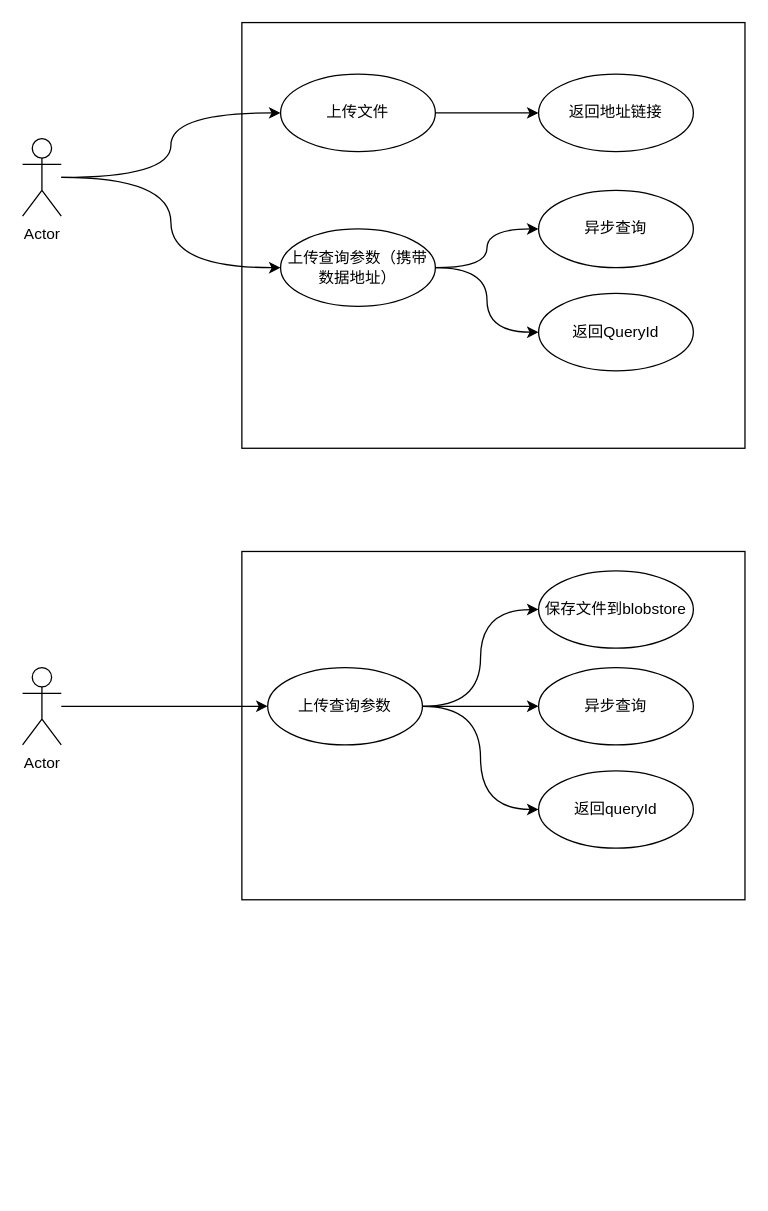
FlyThroughAir/DrawHere keeps this draw.io diagram as 多维分析网络交互.drawio. Above is the earlier version. Source tidied: cells renumbered, new cells numbered last; positions are measured from the earlier drawing's top-left corner, leaving out a move shared by most shapes. Both pictures are drawn from the tidied source at 129%, with x=0, y=0 at pixel (22, 22).
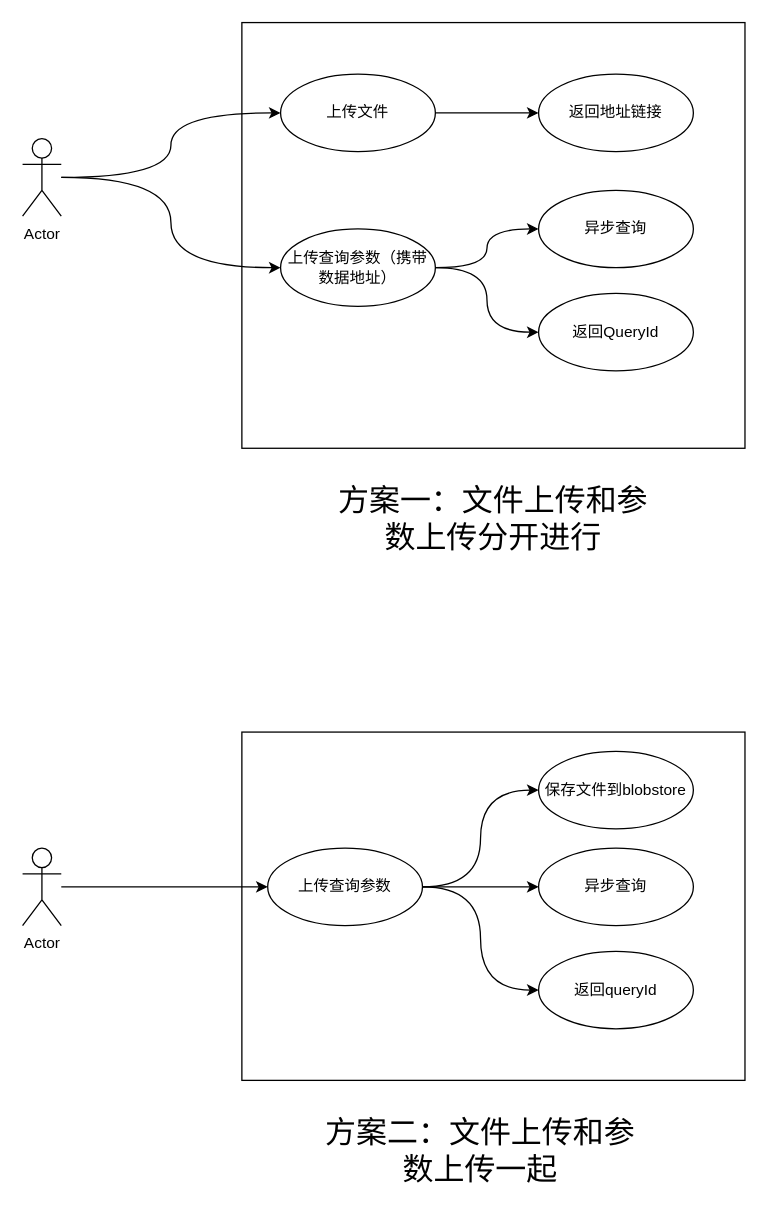
Above is the later version.

Commit message (it also covers changes not shown here):
更新多维分析网络交互.drawio

What changed in the source:
```diff
@@
     <mxCell id="12" value="Actor" style="shape=umlActor;verticalLabelPosition=bottom;verticalAlign=top;html=1;outlineConnect=0;" parent="1" vertex="1">
-      <mxGeometry y="500" width="30" height="60" as="geometry" />
+      <mxGeometry y="640" width="30" height="60" as="geometry" />
     </mxCell>
     <mxCell id="13" style="rounded=0;whiteSpace=wrap;html=1;" parent="1" vertex="1">
-      <mxGeometry x="170" y="410" width="390" height="270" as="geometry" />
+      <mxGeometry x="170" y="550" width="390" height="270" as="geometry" />
     </mxCell>
@@
     <mxCell id="17" value="上传查询参数" style="ellipse;whiteSpace=wrap;html=1;" parent="1" vertex="1">
-      <mxGeometry x="190" y="500" width="120" height="60" as="geometry" />
+      <mxGeometry x="190" y="640" width="120" height="60" as="geometry" />
     </mxCell>
@@
     <mxCell id="19" value="返回queryId" style="ellipse;whiteSpace=wrap;html=1;" parent="1" vertex="1">
-      <mxGeometry x="400" y="580" width="120" height="60" as="geometry" />
+      <mxGeometry x="400" y="720" width="120" height="60" as="geometry" />
     </mxCell>
     <mxCell id="20" value="保存文件到blobstore" style="ellipse;whiteSpace=wrap;html=1;" parent="1" vertex="1">
-      <mxGeometry x="400" y="425" width="120" height="60" as="geometry" />
+      <mxGeometry x="400" y="565" width="120" height="60" as="geometry" />
     </mxCell>
@@
     <mxCell id="23" value="异步查询" style="ellipse;whiteSpace=wrap;html=1;" parent="1" vertex="1">
-      <mxGeometry x="400" y="500" width="120" height="60" as="geometry" />
+      <mxGeometry x="400" y="640" width="120" height="60" as="geometry" />
     </mxCell>
+    <mxCell id="24" value="方案一：文件上传和参数上传分开进行" style="text;html=1;strokeColor=none;fillColor=none;align=center;verticalAlign=middle;whiteSpace=wrap;rounded=0;fontSize=24;" parent="1" vertex="1">
+      <mxGeometry x="240" y="370" width="250" height="30" as="geometry" />
+    </mxCell>
+    <mxCell id="25" value="方案二：文件上传和参数上传一起" style="text;html=1;strokeColor=none;fillColor=none;align=center;verticalAlign=middle;whiteSpace=wrap;rounded=0;fontSize=24;" parent="1" vertex="1">
+      <mxGeometry x="230" y="860" width="250" height="30" as="geometry" />
+    </mxCell>
```
